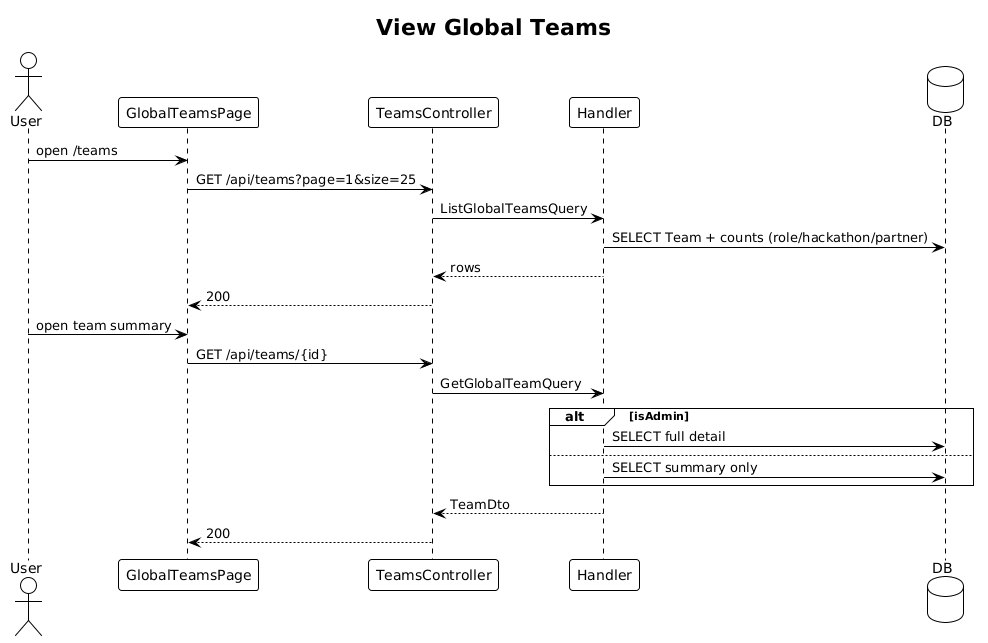
Above: docs/detailed-designs/29-view-global-teams/diagrams/sequence_global.png in QuinntyneBrown/TheUpperRoom (PlantUML), before the change.
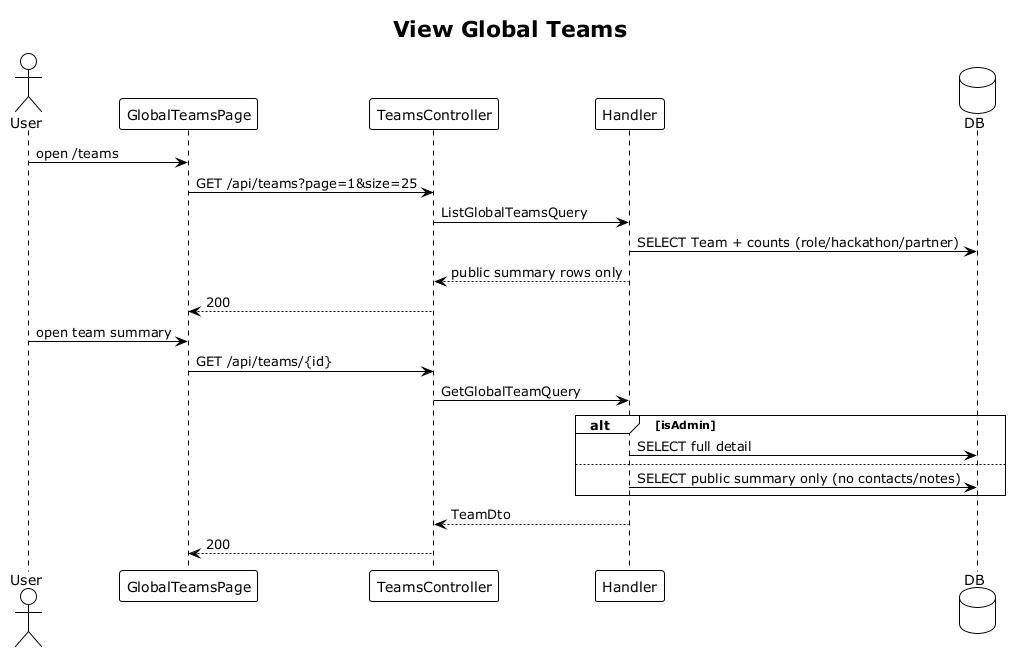
After the change.

Diff of the diagram source:
```diff
@@ -1,4 +1,4 @@
-@startuml
+@startuml sequence_global
 !theme plain
 title View Global Teams
 
@@ -12,7 +12,7 @@
 P -> C: GET /api/teams?page=1&size=25
 C -> H: ListGlobalTeamsQuery
 H -> DB: SELECT Team + counts (role/hackathon/partner)
-H --> C: rows
+H --> C: public summary rows only
 C --> P: 200
 
 User -> P: open team summary
@@ -21,7 +21,7 @@
 alt isAdmin
   H -> DB: SELECT full detail
 else
-  H -> DB: SELECT summary only
+  H -> DB: SELECT public summary only (no contacts/notes)
 end
 H --> C: TeamDto
 C --> P: 200
```
